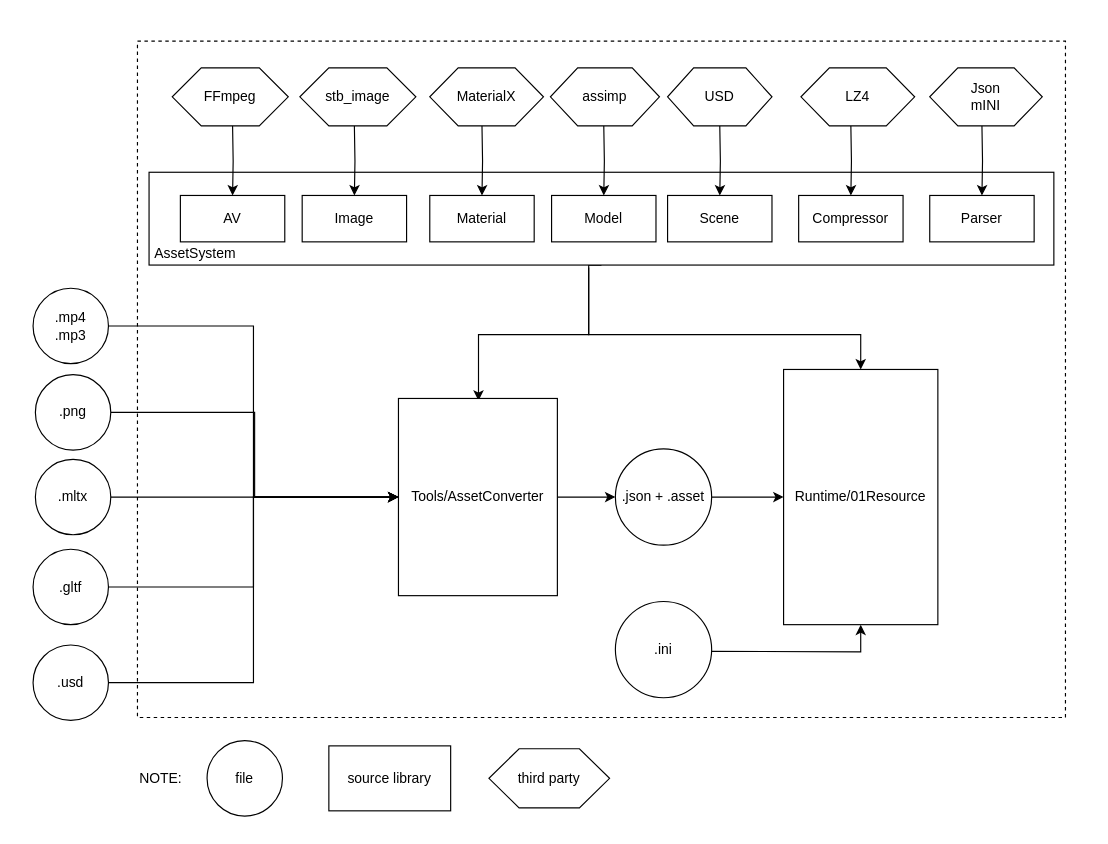
Above: Documents/Images/asset_system.drawio in NoSW/Axe (draw.io), before the change. Source tidied: cells renumbered, new cells numbered last; positions are measured from the earlier drawing's top-left corner, leaving out a move shared by most shapes. Both pictures are drawn from the tidied source at 116%, with x=0, y=0 at pixel (32, 41).
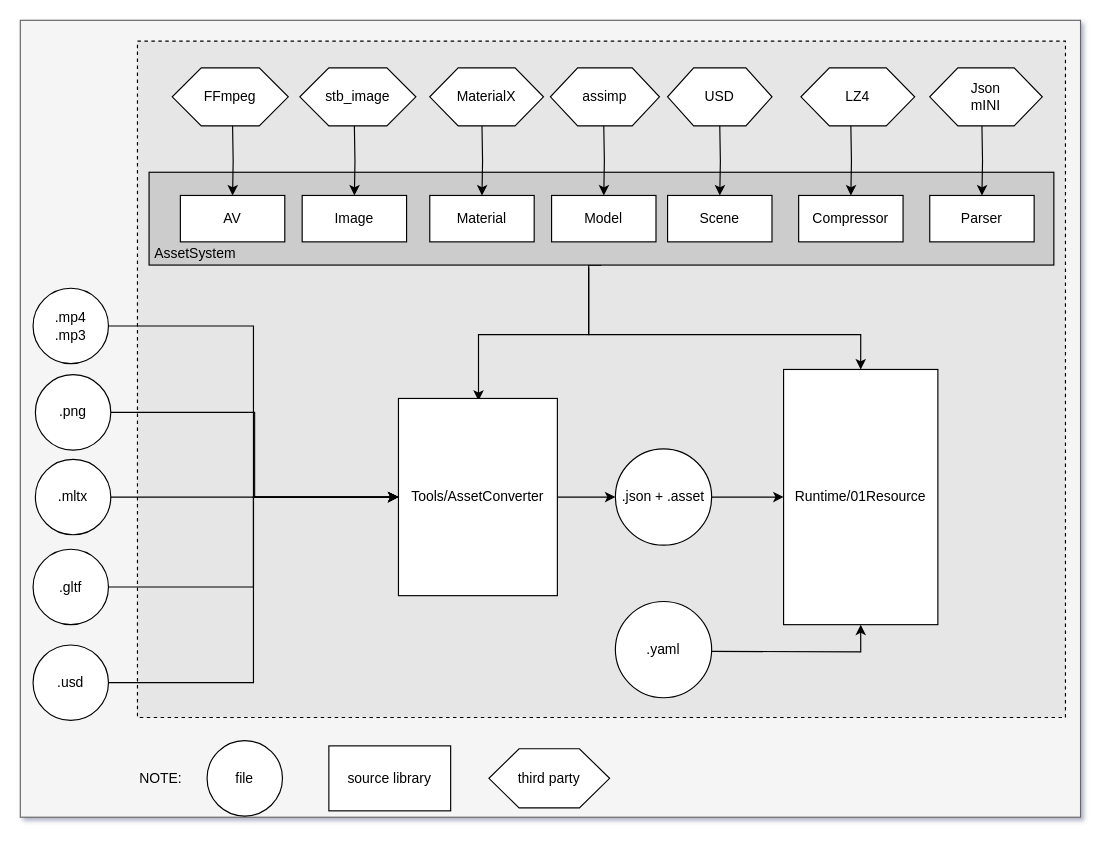
The same diagram, later.

The edit, as a diff of the source:
```diff
@@
-<mxGraphModel>
+<mxGraphModel shadow="1">
@@
+    <mxCell id="49" style="rounded=0;whiteSpace=wrap;html=1;fillColor=#f5f5f5;strokeColor=#666666;fontColor=#333333;" parent="1" vertex="1">
+      <mxGeometry x="-11" y="-18" width="914" height="687" as="geometry" />
+    </mxCell>
-    <mxCell id="2" style="rounded=0;whiteSpace=wrap;html=1;dashed=1;fillColor=none;" parent="1" vertex="1">
+    <mxCell id="2" style="rounded=0;whiteSpace=wrap;html=1;dashed=1;fillColor=#E6E6E6;" parent="1" vertex="1">
       <mxGeometry x="90" width="800" height="583" as="geometry" />
     </mxCell>
@@
-    <mxCell id="5" style="rounded=0;whiteSpace=wrap;html=1;" parent="1" vertex="1">
+    <mxCell id="5" style="rounded=0;whiteSpace=wrap;html=1;fillColor=#CCCCCC;" parent="1" vertex="1">
       <mxGeometry x="100" y="113" width="780" height="80" as="geometry" />
     </mxCell>
@@
-    <mxCell id="48" value="&lt;span style=&quot;text-align: left ; white-space: nowrap&quot;&gt;.ini&lt;br&gt;&lt;/span&gt;" style="ellipse;whiteSpace=wrap;html=1;" parent="1" vertex="1">
+    <mxCell id="48" value="&lt;span style=&quot;text-align: left ; white-space: nowrap&quot;&gt;.yaml&lt;br&gt;&lt;/span&gt;" style="ellipse;whiteSpace=wrap;html=1;" parent="1" vertex="1">
       <mxGeometry x="502" y="483" width="83" height="83" as="geometry" />
     </mxCell>
```
